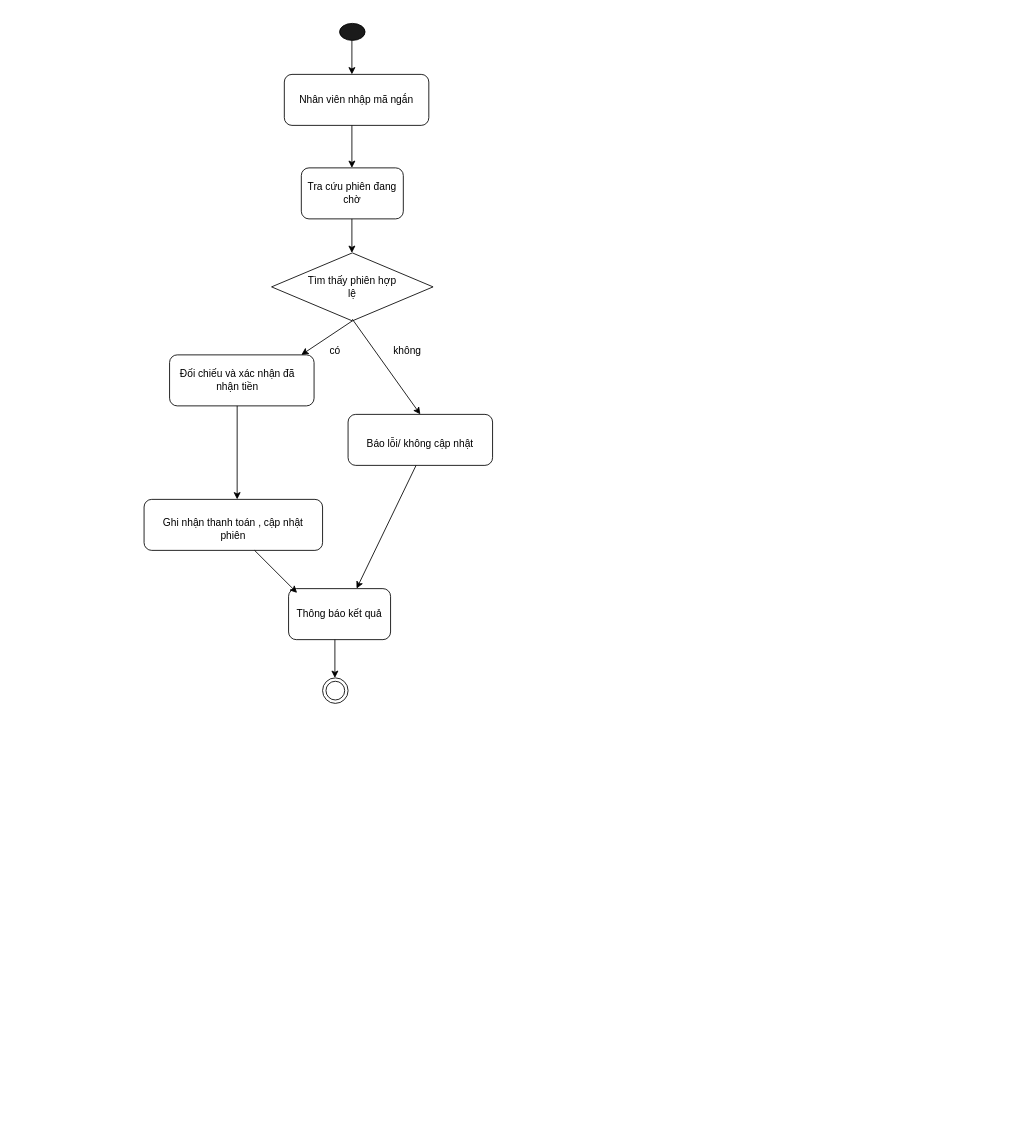
Earlier version of the draw.io diagram docs/diagram/activity/UC-11_Activity.drawio (Kazuken123/prj_sgu26_cnpm). Source tidied: cells renumbered, new cells numbered last; positions are measured from the earlier drawing's top-left corner, leaving out a move shared by most shapes. Both pictures are drawn from the tidied source at 85%, with x=0, y=0 at pixel (144, 23).
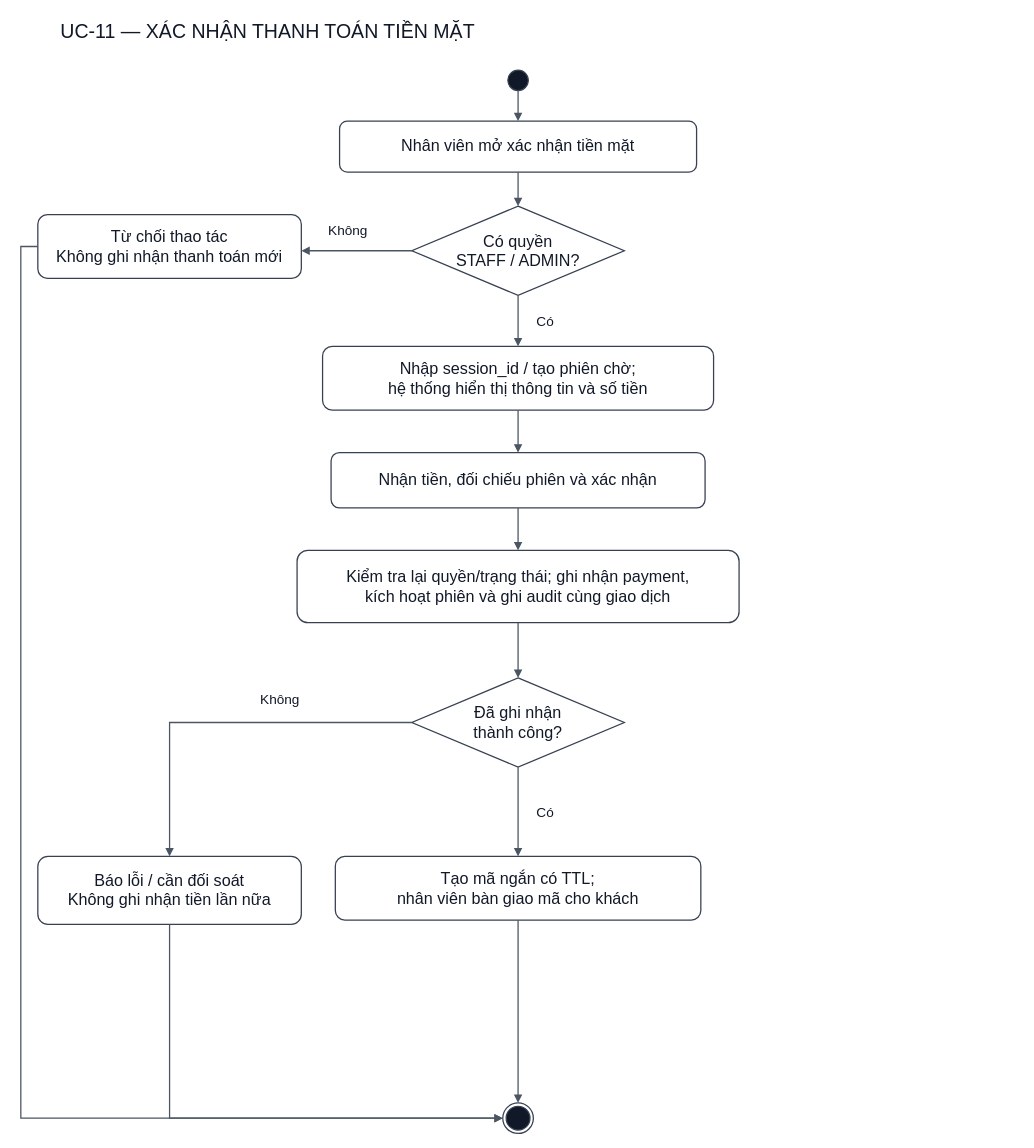
Above is the later version.

The edit, as a diff of the source:
```diff
@@
-    <mxCell id="2" style="ellipse;whiteSpace=wrap;html=1;shapeInside=1;fillColor=#1A1A1A;" parent="1" vertex="1">
-      <mxGeometry x="230" width="30" height="20" as="geometry" />
-    </mxCell>
-    <mxCell id="3" style="rounded=1;whiteSpace=wrap;html=1;roundedPerimeter=1;" parent="1" vertex="1">
-      <mxGeometry x="165" y="60" width="170" height="60" as="geometry" />
-    </mxCell>
-    <mxCell id="4" style="rounded=1;whiteSpace=wrap;html=1;roundedPerimeter=1;" parent="1" vertex="1">
-      <mxGeometry x="185" y="170" width="120" height="60" as="geometry" />
-    </mxCell>
-    <mxCell id="5" style="rhombus;whiteSpace=wrap;html=1;shapeInside=1;" parent="1" vertex="1">
-      <mxGeometry x="150" y="270" width="190" height="80" as="geometry" />
-    </mxCell>
-    <mxCell id="6" style="rounded=1;whiteSpace=wrap;html=1;roundedPerimeter=1;" parent="1" vertex="1">
-      <mxGeometry x="30" y="390" width="170" height="60" as="geometry" />
-    </mxCell>
-    <mxCell id="7" style="rounded=1;whiteSpace=wrap;html=1;roundedPerimeter=1;" parent="1" vertex="1">
-      <mxGeometry x="240" y="460" width="170" height="60" as="geometry" />
-    </mxCell>
-    <mxCell id="8" style="rounded=1;whiteSpace=wrap;html=1;roundedPerimeter=1;" parent="1" vertex="1">
-      <mxGeometry y="560" width="210" height="60" as="geometry" />
-    </mxCell>
-    <mxCell id="9" style="rounded=1;whiteSpace=wrap;html=1;roundedPerimeter=1;" parent="1" vertex="1">
-      <mxGeometry x="170" y="665" width="120" height="60" as="geometry" />
-    </mxCell>
-    <mxCell id="10" style="ellipse;shape=doubleEllipse;whiteSpace=wrap;html=1;" parent="1" vertex="1">
-      <mxGeometry x="210" y="770" width="30" height="30" as="geometry" />
-    </mxCell>
-    <mxCell id="11" style="endArrow=classic;html=1;rounded=0;strokeColor=default;align=center;verticalAlign=middle;fontFamily=Helvetica;fontSize=11;fontColor=default;labelBackgroundColor=default;" parent="1" edge="1">
-      <mxGeometry relative="1" as="geometry">
-        <mxPoint x="244.5" y="20" as="sourcePoint" />
-        <mxPoint x="244.5" y="60" as="targetPoint" />
-      </mxGeometry>
-    </mxCell>
-    <mxCell id="12" value="Nhân viên nhập mã ngắn" style="text;html=1;whiteSpace=wrap;strokeColor=none;fillColor=none;align=center;verticalAlign=middle;rounded=0;" parent="1" vertex="1">
-      <mxGeometry x="180" y="75" width="140" height="30" as="geometry" />
-    </mxCell>
-    <mxCell id="13" style="endArrow=classic;html=1;rounded=0;strokeColor=default;align=center;verticalAlign=middle;fontFamily=Helvetica;fontSize=11;fontColor=default;labelBackgroundColor=default;" parent="1" edge="1">
-      <mxGeometry relative="1" as="geometry">
-        <mxPoint x="244.5" y="120" as="sourcePoint" />
-        <mxPoint x="244.5" y="170" as="targetPoint" />
-      </mxGeometry>
-    </mxCell>
-    <mxCell id="14" value="Tra cứu phiên đang chờ" style="text;html=1;whiteSpace=wrap;strokeColor=none;fillColor=none;align=center;verticalAlign=middle;rounded=0;" parent="1" vertex="1">
-      <mxGeometry x="190" y="185" width="110" height="30" as="geometry" />
-    </mxCell>
-    <mxCell id="15" style="endArrow=classic;html=1;rounded=0;strokeColor=default;align=center;verticalAlign=middle;fontFamily=Helvetica;fontSize=11;fontColor=default;labelBackgroundColor=default;" parent="1" edge="1">
-      <mxGeometry relative="1" as="geometry">
-        <mxPoint x="244.5" y="230" as="sourcePoint" />
-        <mxPoint x="244.5" y="270" as="targetPoint" />
-      </mxGeometry>
-    </mxCell>
-    <mxCell id="16" value="Tìm thấy phiên hợp lệ" style="text;html=1;whiteSpace=wrap;strokeColor=none;fillColor=none;align=center;verticalAlign=middle;rounded=0;" parent="1" vertex="1">
-      <mxGeometry x="190" y="295" width="110" height="30" as="geometry" />
-    </mxCell>
-    <mxCell id="17" style="endArrow=classic;html=1;rounded=0;strokeColor=default;align=center;verticalAlign=middle;fontFamily=Helvetica;fontSize=11;fontColor=default;labelBackgroundColor=default;entryX=0.5;entryY=0;entryDx=0;entryDy=0;" parent="1" edge="1" target="7">
-      <mxGeometry relative="1" as="geometry">
-        <mxPoint x="245" y="348" as="sourcePoint" />
-      </mxGeometry>
-    </mxCell>
-    <mxCell id="18" style="endArrow=classic;html=1;rounded=0;strokeColor=default;align=center;verticalAlign=middle;fontFamily=Helvetica;fontSize=11;fontColor=default;labelBackgroundColor=default;" parent="1" edge="1">
-      <mxGeometry relative="1" as="geometry">
-        <mxPoint x="245" y="350" as="sourcePoint" />
-        <mxPoint x="185" y="390" as="targetPoint" />
-      </mxGeometry>
-    </mxCell>
-    <mxCell id="19" value="có" style="text;html=1;whiteSpace=wrap;strokeColor=none;fillColor=none;align=center;verticalAlign=middle;rounded=0;" parent="1" vertex="1">
-      <mxGeometry x="195" y="370" width="60" height="30" as="geometry" />
-    </mxCell>
-    <mxCell id="20" value="không" style="text;html=1;whiteSpace=wrap;strokeColor=none;fillColor=none;align=center;verticalAlign=middle;rounded=0;" parent="1" vertex="1">
-      <mxGeometry x="280" y="370" width="60" height="30" as="geometry" />
-    </mxCell>
-    <mxCell id="21" value="Đối chiếu và xác nhận đã nhận tiền" style="text;html=1;whiteSpace=wrap;strokeColor=none;fillColor=none;align=center;verticalAlign=middle;rounded=0;" parent="1" vertex="1">
-      <mxGeometry x="40" y="405" width="140" height="30" as="geometry" />
-    </mxCell>
-    <mxCell id="22" value="Báo lỗi/ không cập nhật" style="text;html=1;whiteSpace=wrap;strokeColor=none;fillColor=none;align=center;verticalAlign=middle;rounded=0;" parent="1" vertex="1">
-      <mxGeometry x="255" y="480" width="140" height="30" as="geometry" />
-    </mxCell>
-    <mxCell id="23" value="Thông báo kết quả" style="text;html=1;whiteSpace=wrap;strokeColor=none;fillColor=none;align=center;verticalAlign=middle;rounded=0;" parent="1" vertex="1">
-      <mxGeometry x="165" y="680" width="130" height="30" as="geometry" />
-    </mxCell>
-    <mxCell id="24" style="endArrow=classic;html=1;rounded=0;strokeColor=default;align=center;verticalAlign=middle;fontFamily=Helvetica;fontSize=11;fontColor=default;labelBackgroundColor=default;" parent="1" edge="1">
-      <mxGeometry relative="1" as="geometry">
-        <mxPoint x="320" y="520" as="sourcePoint" />
-        <mxPoint x="250" y="665" as="targetPoint" />
-      </mxGeometry>
-    </mxCell>
-    <mxCell id="25" value="Ghi nhận thanh toán , cập nhật phiên" style="text;html=1;whiteSpace=wrap;strokeColor=none;fillColor=none;align=center;verticalAlign=middle;rounded=0;" parent="1" vertex="1">
-      <mxGeometry x="15" y="580" width="180" height="30" as="geometry" />
-    </mxCell>
-    <mxCell id="26" style="endArrow=classic;html=1;rounded=0;strokeColor=default;align=center;verticalAlign=middle;fontFamily=Helvetica;fontSize=11;fontColor=default;labelBackgroundColor=default;" parent="1" edge="1">
-      <mxGeometry relative="1" as="geometry">
-        <mxPoint x="130" y="620" as="sourcePoint" />
-        <mxPoint x="180" y="670" as="targetPoint" />
-      </mxGeometry>
-    </mxCell>
-    <mxCell id="27" style="endArrow=classic;html=1;rounded=0;strokeColor=default;align=center;verticalAlign=middle;fontFamily=Helvetica;fontSize=11;fontColor=default;labelBackgroundColor=default;exitX=0.465;exitY=1.042;exitDx=0;exitDy=0;" parent="1" edge="1" source="6">
-      <mxGeometry relative="1" as="geometry">
-        <mxPoint x="109.5" y="560" as="targetPoint" />
-      </mxGeometry>
-    </mxCell>
-    <mxCell id="28" style="endArrow=classic;html=1;rounded=0;strokeColor=default;align=center;verticalAlign=middle;fontFamily=Helvetica;fontSize=11;fontColor=default;labelBackgroundColor=default;" parent="1" edge="1">
-      <mxGeometry relative="1" as="geometry">
-        <mxPoint x="224.5" y="725" as="sourcePoint" />
-        <mxPoint x="224.5" y="770" as="targetPoint" />
-      </mxGeometry>
-    </mxCell>
+    <mxCell id="29" value="UC-11 — XÁC NHẬN THANH TOÁN TIỀN MẶT" style="html=1;whiteSpace=wrap;fontFamily=Arial;fontSize=23;fontColor=#111827;strokeColor=#374151;fillColor=#FFFFFF;strokeWidth=1.5;text;strokeColor=none;fillColor=none;" parent="1" vertex="1">
+      <mxGeometry x="-100" y="-10" width="1130" height="45" as="geometry" />
+    </mxCell>
+    <mxCell id="30" style="html=1;whiteSpace=wrap;fontFamily=Arial;fontSize=19;fontColor=#111827;strokeColor=#374151;fillColor=#FFFFFF;strokeWidth=1.5;ellipse;fillColor=#111827;" parent="1" vertex="1">
+      <mxGeometry x="428" y="55" width="24" height="24" as="geometry" />
+    </mxCell>
+    <mxCell id="31" value="Nhân viên mở xác nhận tiền mặt" style="html=1;whiteSpace=wrap;fontFamily=Arial;fontSize=19;fontColor=#111827;strokeColor=#374151;fillColor=#FFFFFF;strokeWidth=1.5;rounded=1;arcSize=15;" parent="1" vertex="1">
+      <mxGeometry x="230" y="115" width="420" height="60" as="geometry" />
+    </mxCell>
+    <mxCell id="32" value="Có quyền&lt;br&gt;STAFF / ADMIN?" style="html=1;whiteSpace=wrap;fontFamily=Arial;fontSize=19;fontColor=#111827;strokeColor=#374151;fillColor=#FFFFFF;strokeWidth=1.5;rhombus;" parent="1" vertex="1">
+      <mxGeometry x="315" y="215" width="250" height="105" as="geometry" />
+    </mxCell>
+    <mxCell id="33" value="Nhập session_id / tạo phiên chờ;&lt;br&gt;hệ thống hiển thị thông tin và số tiền" style="html=1;whiteSpace=wrap;fontFamily=Arial;fontSize=19;fontColor=#111827;strokeColor=#374151;fillColor=#FFFFFF;strokeWidth=1.5;rounded=1;arcSize=15;" parent="1" vertex="1">
+      <mxGeometry x="210" y="380" width="460" height="75" as="geometry" />
+    </mxCell>
+    <mxCell id="34" value="Nhận tiền, đối chiếu phiên và xác nhận" style="html=1;whiteSpace=wrap;fontFamily=Arial;fontSize=19;fontColor=#111827;strokeColor=#374151;fillColor=#FFFFFF;strokeWidth=1.5;rounded=1;arcSize=15;" parent="1" vertex="1">
+      <mxGeometry x="220" y="505" width="440" height="65" as="geometry" />
+    </mxCell>
+    <mxCell id="35" value="Kiểm tra lại quyền/trạng thái; ghi nhận payment,&lt;br&gt;kích hoạt phiên và ghi audit cùng giao dịch" style="html=1;whiteSpace=wrap;fontFamily=Arial;fontSize=19;fontColor=#111827;strokeColor=#374151;fillColor=#FFFFFF;strokeWidth=1.5;rounded=1;arcSize=15;" parent="1" vertex="1">
+      <mxGeometry x="180" y="620" width="520" height="85" as="geometry" />
+    </mxCell>
+    <mxCell id="36" value="Đã ghi nhận&lt;br&gt;thành công?" style="html=1;whiteSpace=wrap;fontFamily=Arial;fontSize=19;fontColor=#111827;strokeColor=#374151;fillColor=#FFFFFF;strokeWidth=1.5;rhombus;" parent="1" vertex="1">
+      <mxGeometry x="315" y="770" width="250" height="105" as="geometry" />
+    </mxCell>
+    <mxCell id="37" value="Tạo mã ngắn có TTL;&lt;br&gt;nhân viên bàn giao mã cho khách" style="html=1;whiteSpace=wrap;fontFamily=Arial;fontSize=19;fontColor=#111827;strokeColor=#374151;fillColor=#FFFFFF;strokeWidth=1.5;rounded=1;arcSize=15;" parent="1" vertex="1">
+      <mxGeometry x="225" y="980" width="430" height="75" as="geometry" />
+    </mxCell>
+    <mxCell id="38" value="Từ chối thao tác&lt;br&gt;Không ghi nhận thanh toán mới" style="html=1;whiteSpace=wrap;fontFamily=Arial;fontSize=19;fontColor=#111827;strokeColor=#374151;fillColor=#FFFFFF;strokeWidth=1.5;rounded=1;arcSize=15;" parent="1" vertex="1">
+      <mxGeometry x="-125" y="225" width="310" height="75" as="geometry" />
+    </mxCell>
+    <mxCell id="39" value="Báo lỗi / cần đối soát&lt;br&gt;Không ghi nhận tiền lần nữa" style="html=1;whiteSpace=wrap;fontFamily=Arial;fontSize=19;fontColor=#111827;strokeColor=#374151;fillColor=#FFFFFF;strokeWidth=1.5;rounded=1;arcSize=15;" parent="1" vertex="1">
+      <mxGeometry x="-125" y="980" width="310" height="80" as="geometry" />
+    </mxCell>
+    <mxCell id="40" style="html=1;whiteSpace=wrap;fontFamily=Arial;fontSize=19;fontColor=#111827;strokeColor=#374151;fillColor=#FFFFFF;strokeWidth=1.5;ellipse;shape=endState;fillColor=#111827;" parent="1" vertex="1">
+      <mxGeometry x="422" y="1270" width="36" height="36" as="geometry" />
+    </mxCell>
+    <mxCell id="41" style="html=1;rounded=0;endArrow=block;endFill=1;strokeColor=#4B5563;strokeWidth=1.5;fontFamily=Arial;fontSize=17;exitX=0.5;exitY=1.0;exitPerimeter=0;entryX=0.5;entryY=0.0;entryPerimeter=0;" parent="1" edge="1" source="30" target="31">
+      <mxGeometry relative="1" as="geometry" />
+    </mxCell>
+    <mxCell id="42" style="html=1;rounded=0;endArrow=block;endFill=1;strokeColor=#4B5563;strokeWidth=1.5;fontFamily=Arial;fontSize=17;exitX=0.5;exitY=1.0;exitPerimeter=0;entryX=0.5;entryY=0.0;entryPerimeter=0;" parent="1" edge="1" source="31" target="32">
+      <mxGeometry relative="1" as="geometry" />
+    </mxCell>
+    <mxCell id="43" style="html=1;rounded=0;endArrow=block;endFill=1;strokeColor=#4B5563;strokeWidth=1.5;fontFamily=Arial;fontSize=17;exitX=0.5;exitY=1.0;exitPerimeter=0;entryX=0.5;entryY=0.0;entryPerimeter=0;" parent="1" edge="1" source="32" target="33">
+      <mxGeometry relative="1" as="geometry" />
+    </mxCell>
+    <mxCell id="44" value="Có" style="html=1;whiteSpace=wrap;fontFamily=Arial;fontSize=16;fontColor=#111827;strokeColor=#374151;fillColor=#FFFFFF;strokeWidth=1.5;text;strokeColor=none;fillColor=none;" parent="1" vertex="1">
+      <mxGeometry x="460" y="334" width="70" height="25" as="geometry" />
+    </mxCell>
+    <mxCell id="45" style="html=1;rounded=0;endArrow=block;endFill=1;strokeColor=#4B5563;strokeWidth=1.5;fontFamily=Arial;fontSize=17;exitX=0.0;exitY=0.5;exitPerimeter=0;entryX=1.0;entryY=0.5666666666666667;entryPerimeter=0;" parent="1" edge="1" source="32" target="38">
+      <mxGeometry relative="1" as="geometry" />
+    </mxCell>
+    <mxCell id="46" value="Không" style="html=1;whiteSpace=wrap;fontFamily=Arial;fontSize=16;fontColor=#111827;strokeColor=#374151;fillColor=#FFFFFF;strokeWidth=1.5;text;strokeColor=none;fillColor=none;" parent="1" vertex="1">
+      <mxGeometry x="215" y="227" width="70" height="25" as="geometry" />
+    </mxCell>
+    <mxCell id="47" style="html=1;rounded=0;endArrow=block;endFill=1;strokeColor=#4B5563;strokeWidth=1.5;fontFamily=Arial;fontSize=17;exitX=0.5;exitY=1.0;exitPerimeter=0;entryX=0.5;entryY=0.0;entryPerimeter=0;" parent="1" edge="1" source="33" target="34">
+      <mxGeometry relative="1" as="geometry" />
+    </mxCell>
+    <mxCell id="48" style="html=1;rounded=0;endArrow=block;endFill=1;strokeColor=#4B5563;strokeWidth=1.5;fontFamily=Arial;fontSize=17;exitX=0.5;exitY=1.0;exitPerimeter=0;entryX=0.5;entryY=0.0;entryPerimeter=0;" parent="1" edge="1" source="34" target="35">
+      <mxGeometry relative="1" as="geometry" />
+    </mxCell>
+    <mxCell id="49" style="html=1;rounded=0;endArrow=block;endFill=1;strokeColor=#4B5563;strokeWidth=1.5;fontFamily=Arial;fontSize=17;exitX=0.5;exitY=1.0;exitPerimeter=0;entryX=0.5;entryY=0.0;entryPerimeter=0;" parent="1" edge="1" source="35" target="36">
+      <mxGeometry relative="1" as="geometry" />
+    </mxCell>
+    <mxCell id="50" style="html=1;rounded=0;endArrow=block;endFill=1;strokeColor=#4B5563;strokeWidth=1.5;fontFamily=Arial;fontSize=17;exitX=0.5;exitY=1.0;exitPerimeter=0;entryX=0.5;entryY=0.0;entryPerimeter=0;" parent="1" edge="1" source="36" target="37">
+      <mxGeometry relative="1" as="geometry" />
+    </mxCell>
+    <mxCell id="51" value="Có" style="html=1;whiteSpace=wrap;fontFamily=Arial;fontSize=16;fontColor=#111827;strokeColor=#374151;fillColor=#FFFFFF;strokeWidth=1.5;text;strokeColor=none;fillColor=none;" parent="1" vertex="1">
+      <mxGeometry x="460" y="911.5" width="70" height="25" as="geometry" />
+    </mxCell>
+    <mxCell id="52" style="html=1;rounded=0;endArrow=block;endFill=1;strokeColor=#4B5563;strokeWidth=1.5;fontFamily=Arial;fontSize=17;exitX=0.0;exitY=0.5;exitPerimeter=0;entryX=0.5;entryY=0.0;entryPerimeter=0;" parent="1" edge="1" source="36" target="39">
+      <mxGeometry relative="1" as="geometry">
+        <Array as="points">
+          <mxPoint x="30" y="822.5" />
+        </Array>
+      </mxGeometry>
+    </mxCell>
+    <mxCell id="53" value="Không" style="html=1;whiteSpace=wrap;fontFamily=Arial;fontSize=16;fontColor=#111827;strokeColor=#374151;fillColor=#FFFFFF;strokeWidth=1.5;text;strokeColor=none;fillColor=none;" parent="1" vertex="1">
+      <mxGeometry x="135" y="779" width="70" height="25" as="geometry" />
+    </mxCell>
+    <mxCell id="54" style="html=1;rounded=0;endArrow=block;endFill=1;strokeColor=#4B5563;strokeWidth=1.5;fontFamily=Arial;fontSize=17;exitX=0.5;exitY=1.0;exitPerimeter=0;entryX=0.5;entryY=0.0;entryPerimeter=0;" parent="1" edge="1" source="37" target="40">
+      <mxGeometry relative="1" as="geometry" />
+    </mxCell>
+    <mxCell id="55" style="html=1;rounded=0;endArrow=block;endFill=1;strokeColor=#4B5563;strokeWidth=1.5;fontFamily=Arial;fontSize=17;exitX=0.5;exitY=1.0;exitPerimeter=0;entryX=0.0;entryY=0.5;entryPerimeter=0;" parent="1" edge="1" source="39" target="40">
+      <mxGeometry relative="1" as="geometry">
+        <Array as="points">
+          <mxPoint x="30" y="1288" />
+        </Array>
+      </mxGeometry>
+    </mxCell>
+    <mxCell id="56" style="html=1;rounded=0;endArrow=block;endFill=1;strokeColor=#4B5563;strokeWidth=1.5;fontFamily=Arial;fontSize=17;exitX=0.0;exitY=0.5;exitPerimeter=0;entryX=0.0;entryY=0.5;entryPerimeter=0;" parent="1" edge="1" source="38" target="40">
+      <mxGeometry relative="1" as="geometry">
+        <Array as="points">
+          <mxPoint x="-145" y="262.5" />
+          <mxPoint x="-145" y="1288" />
+        </Array>
+      </mxGeometry>
+    </mxCell>
```
